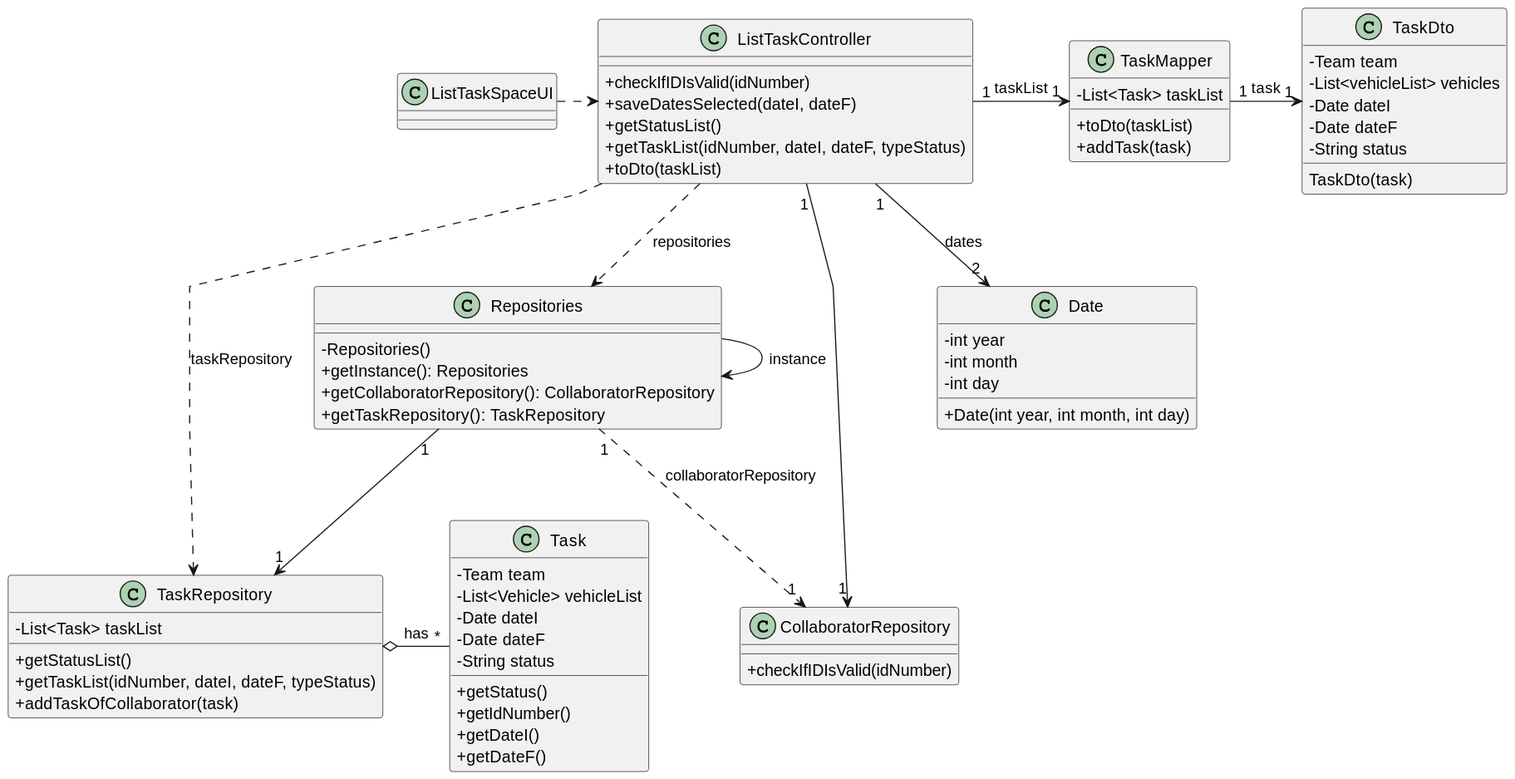
The PlantUML diagram docs/sprintC/us028/03.design/svg/us028-class-diagram.svg in diogoveirospro/lei-24-s2-1dg-g072, before a commit.
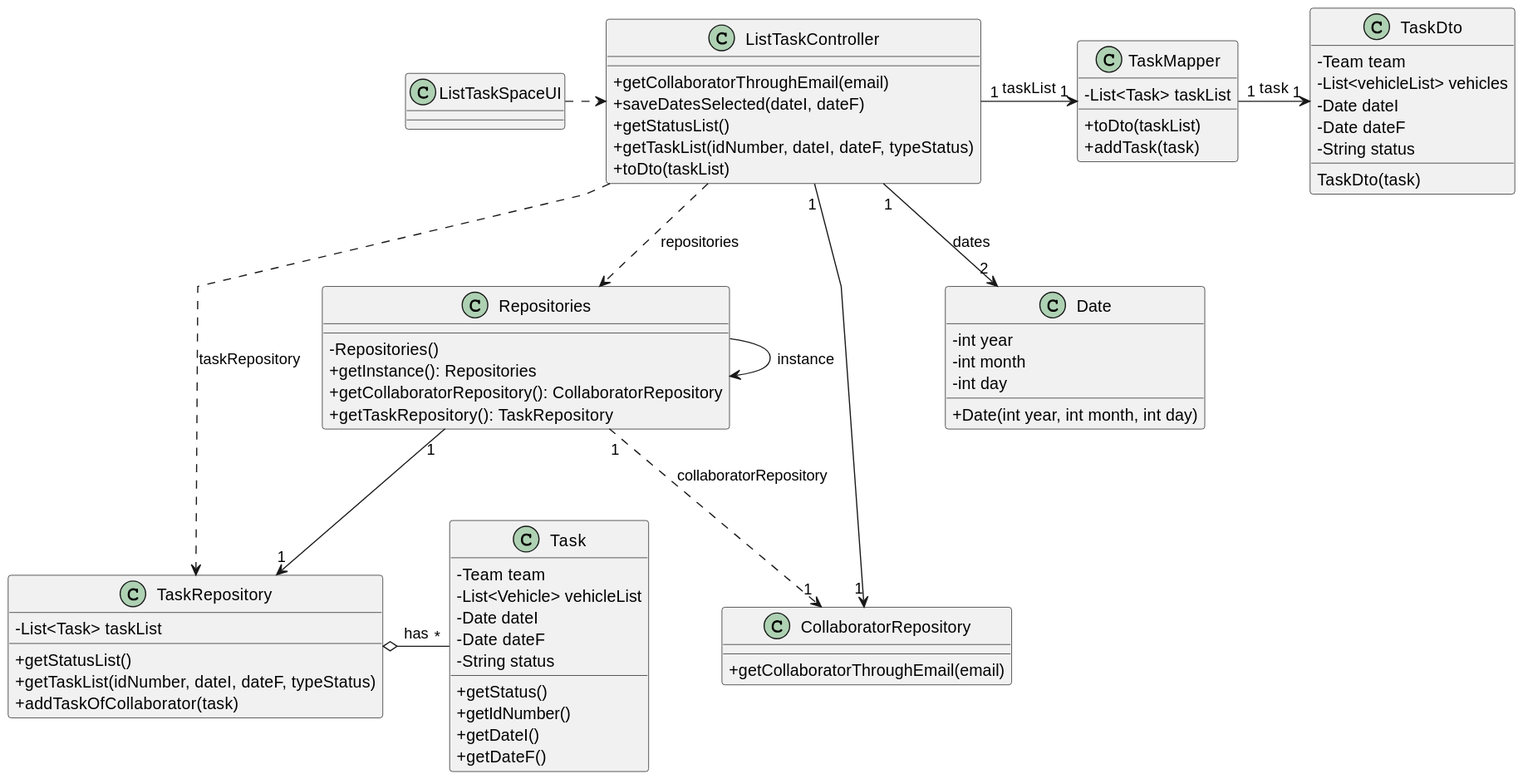
Later version of the same file.

The edit, as a diff of the source:
```diff
@@ -23,7 +23,7 @@
 }
 
 class ListTaskController {
-    + checkIfIDIsValid(idNumber)
+    + getCollaboratorThroughEmail(email)
     + saveDatesSelected(dateI, dateF)
     + getStatusList()
     + getTaskList(idNumber, dateI, dateF, typeStatus)
@@ -50,7 +50,7 @@
 }
 
 class CollaboratorRepository {
-    + checkIfIDIsValid(idNumber)
+    + getCollaboratorThroughEmail(email)
 }
 
 class Repositories {
```
